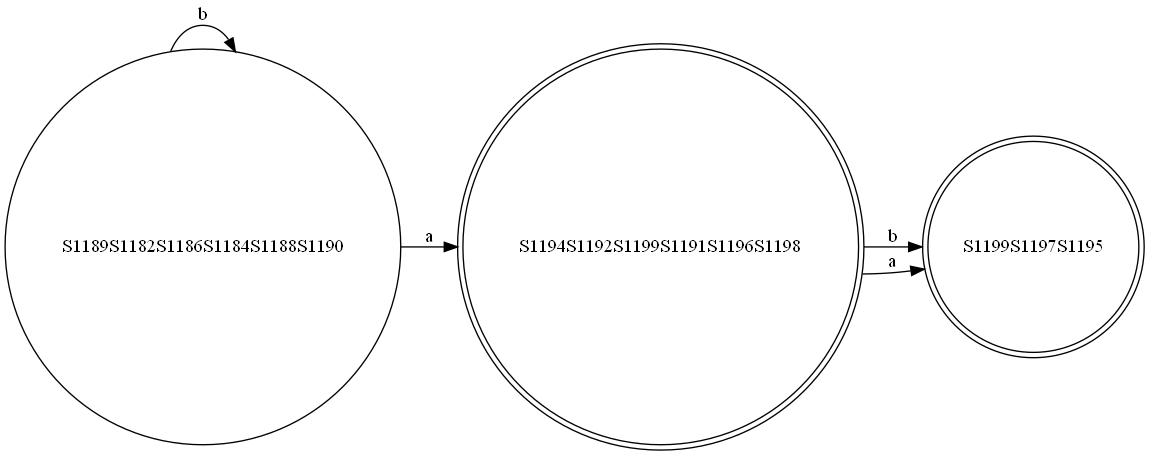
abdelazizSalah/RegExp_NFA_DFA_DFAMinimization keeps this Graphviz diagram as finalCode/test-output/minimizedDFA.gv.png. Above is the earlier version. Its source is kept beside it as finalCode/test-output/minimizedDFA.gv. The source it was exported from:
```dot
digraph {
	graph [rankdir=LR]
	S1189S1182S1186S1184S1188S1190 [label=S1189S1182S1186S1184S1188S1190 shape=circle]
	S1189S1182S1186S1184S1188S1190 -> S1194S1192S1199S1191S1196S1198 [label=a]
	S1189S1182S1186S1184S1188S1190 -> S1189S1182S1186S1184S1188S1190 [label=b]
	S1194S1192S1199S1191S1196S1198 [label=S1194S1192S1199S1191S1196S1198 shape=doublecircle]
	S1194S1192S1199S1191S1196S1198 -> S1199S1197S1195 [label=b]
	S1194S1192S1199S1191S1196S1198 -> S1199S1197S1195 [label=a]
	S1199S1197S1195 [label=S1199S1197S1195 shape=doublecircle]
}
```
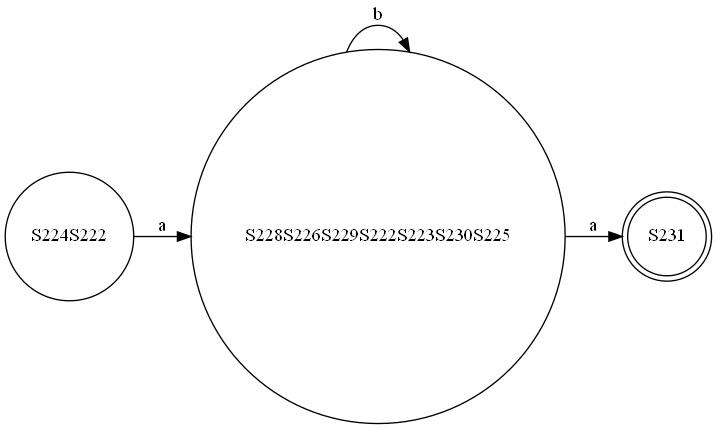
Above is the later version.

Change to the diagram source:
```diff
@@ -1,10 +1,9 @@
 digraph {
 	graph [rankdir=LR]
-	S1189S1182S1186S1184S1188S1190 [label=S1189S1182S1186S1184S1188S1190 shape=circle]
-	S1189S1182S1186S1184S1188S1190 -> S1194S1192S1199S1191S1196S1198 [label=a]
-	S1189S1182S1186S1184S1188S1190 -> S1189S1182S1186S1184S1188S1190 [label=b]
-	S1194S1192S1199S1191S1196S1198 [label=S1194S1192S1199S1191S1196S1198 shape=doublecircle]
-	S1194S1192S1199S1191S1196S1198 -> S1199S1197S1195 [label=b]
-	S1194S1192S1199S1191S1196S1198 -> S1199S1197S1195 [label=a]
-	S1199S1197S1195 [label=S1199S1197S1195 shape=doublecircle]
+	S224S222 [label=S224S222 shape=circle]
+	S224S222 -> S228S226S229S222S223S230S225 [label=a]
+	S228S226S229S222S223S230S225 [label=S228S226S229S222S223S230S225 shape=circle]
+	S228S226S229S222S223S230S225 -> S228S226S229S222S223S230S225 [label=b]
+	S228S226S229S222S223S230S225 -> S231 [label=a]
+	S231 [label=S231 shape=doublecircle]
 }
```
